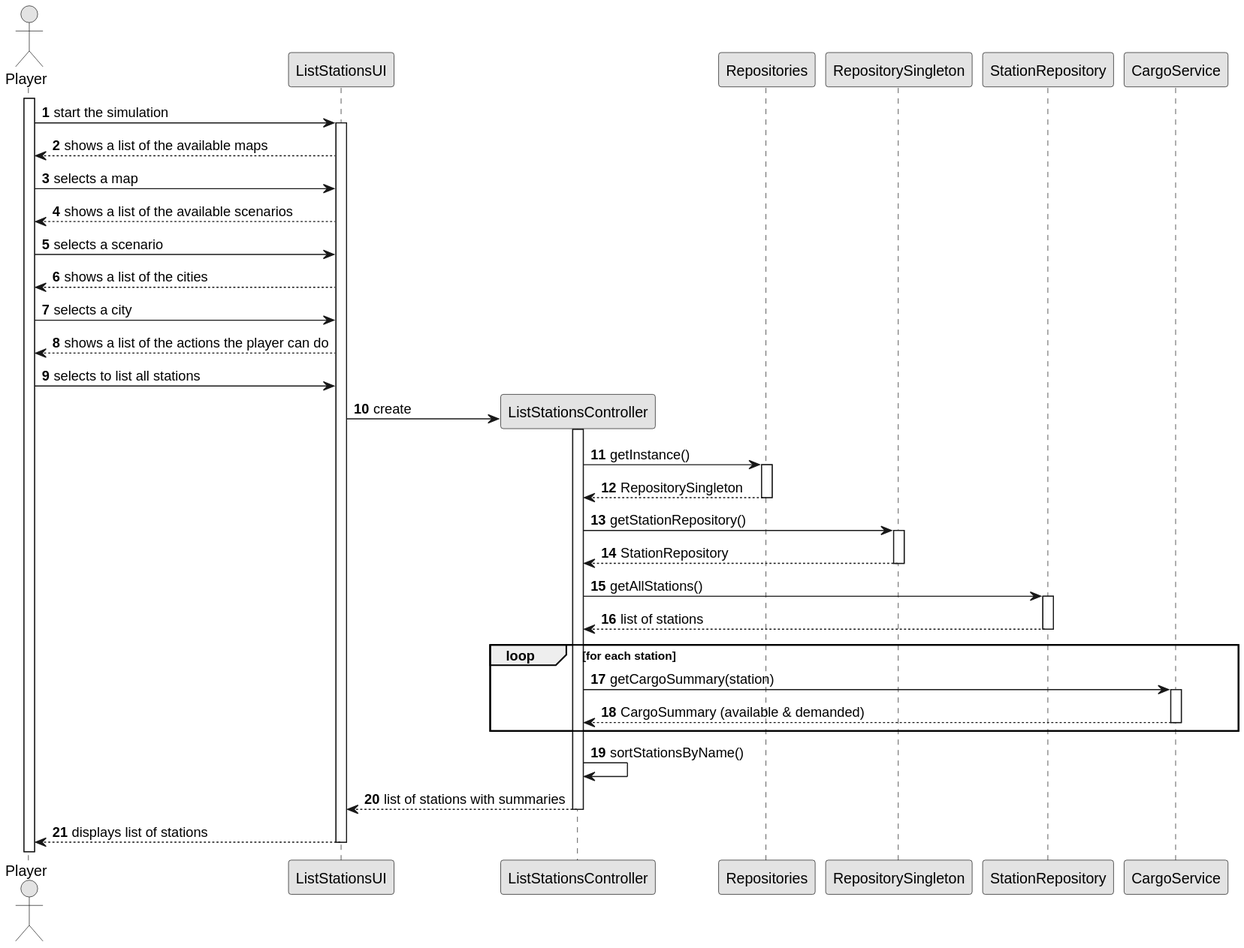
The PlantUML diagram docs/sprint2/us007/03.design/svg/us007-sequence-diagram-full.svg in ivasduarte/all-aboard, before a commit.
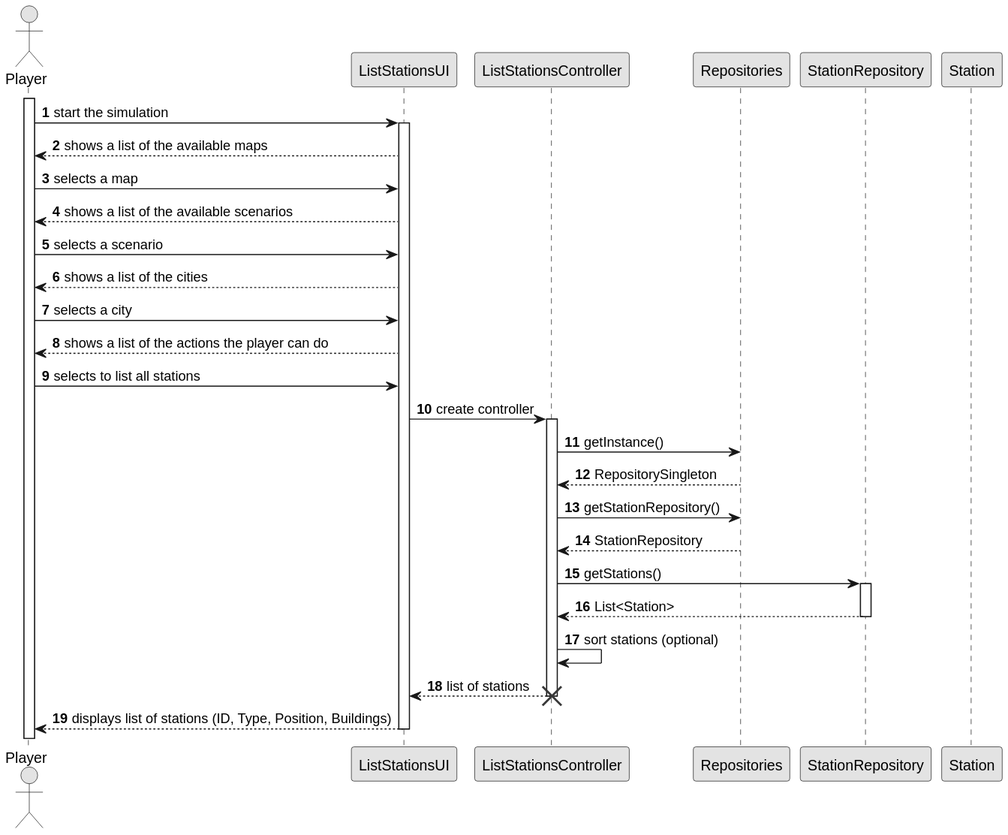
After the change.

Commit message:
US007(docs): Full design

Change to the diagram source:
```diff
@@ -7,6 +7,10 @@
 
 actor "Player" as Player
 participant "ListStationsUI" as UI
+participant "ListStationsController" as CTRL
+participant "Repositories" as Repos
+participant "StationRepository" as StationRepo
+participant "Station" as Station
 
 activate Player
 
@@ -22,39 +26,25 @@
 UI --> Player : shows a list of the actions the player can do
 Player -> UI : selects to list all stations
 
-create "ListStationsController" as CTRL
-UI -> CTRL : create
+UI -> CTRL : create controller
 activate CTRL
 
-CTRL -> Repositories : getInstance()
-activate Repositories
-Repositories --> CTRL : RepositorySingleton
-deactivate Repositories
+CTRL -> Repos : getInstance()
+Repos --> CTRL : RepositorySingleton
 
-CTRL -> RepositorySingleton : getStationRepository()
-activate RepositorySingleton
-RepositorySingleton --> CTRL : StationRepository
-deactivate RepositorySingleton
+CTRL -> Repos : getStationRepository()
+Repos --> CTRL : StationRepository
 
-participant "StationRepository" as Station_REPO
-CTRL -> Station_REPO : getAllStations()
-activate Station_REPO
-Station_REPO --> CTRL : list of stations
-deactivate Station_REPO
+CTRL -> StationRepo : getStations()
+activate StationRepo
+StationRepo --> CTRL : List<Station>
+deactivate StationRepo
 
-participant "CargoService" as CargoService
-loop for each station
-    CTRL -> CargoService : getCargoSummary(station)
-    activate CargoService
-    CargoService --> CTRL : CargoSummary (available & demanded)
-    deactivate CargoService
-end loop
+CTRL -> CTRL : sort stations (optional)
 
-CTRL -> CTRL : sortStationsByName()
+CTRL --> UI : list of stations
+destroy CTRL
 
-CTRL --> UI : list of stations with summaries
-deactivate CTRL
-
-UI --> Player : displays list of stations
+UI --> Player : displays list of stations (ID, Type, Position, Buildings)
 deactivate UI
 @enduml
```
